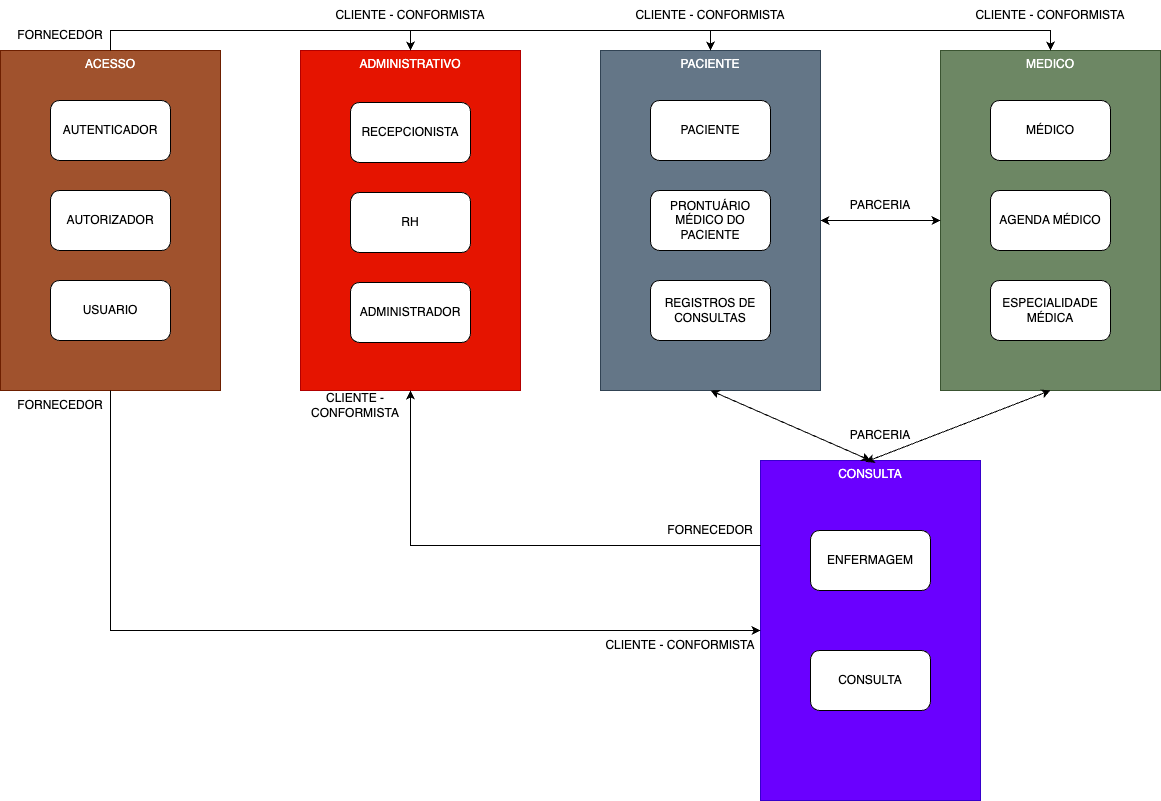
The draw.io diagram documentacao/imagens/mapaContextos.png in fbiopereira/AloDoutor, before a commit. Source tidied: cells renumbered, new cells last; positions are measured from the earlier drawing's top-left corner, leaving out a move shared by most shapes.
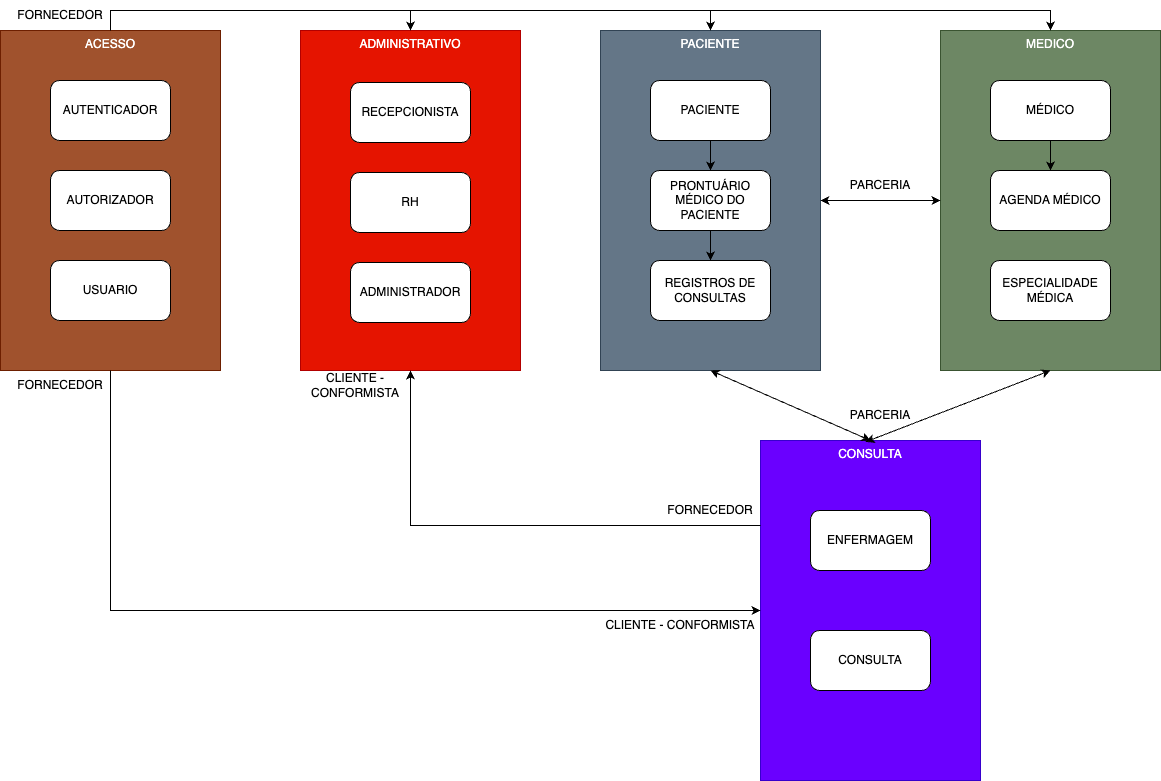
The same file after the commit.

The edit, as a diff of the source:
```diff
@@ -23,105 +23,105 @@
     <mxCell id="8" value="MEDICO" style="rounded=0;whiteSpace=wrap;html=1;verticalAlign=top;fillColor=#6d8764;strokeColor=#3A5431;fontColor=#ffffff;" parent="7" vertex="1">
       <mxGeometry width="220" height="340" as="geometry" />
     </mxCell>
-    <mxCell id="9" value="MÉDICO" style="rounded=1;whiteSpace=wrap;html=1;" parent="7" vertex="1">
-      <mxGeometry x="50" y="50" width="120" height="60" as="geometry" />
+    <mxCell id="9" style="edgeStyle=orthogonalEdgeStyle;rounded=0;jettySize=auto;html=1;exitX=0.5;exitY=1;exitDx=0;exitDy=0;entryX=0.5;entryY=0;entryDx=0;entryDy=0;" parent="7" edge="1" source="10" target="11">
+      <mxGeometry relative="1" as="geometry" />
     </mxCell>
-    <mxCell id="10" value="AGENDA MÉDICO" style="rounded=1;whiteSpace=wrap;html=1;" parent="7" vertex="1">
-      <mxGeometry x="50" y="140" width="120" height="60" as="geometry" />
+    <mxCell id="10" value="MÉDICO" style="rounded=1;whiteSpace=wrap;html=1;" parent="7" vertex="1">
+      <mxGeometry x="50" y="50" width="120" height="60" as="geometry" />
     </mxCell>
-    <mxCell id="11" value="ESPECIALIDADE MÉDICA" style="rounded=1;whiteSpace=wrap;html=1;" parent="7" vertex="1">
-      <mxGeometry x="50" y="230" width="120" height="60" as="geometry" />
+    <mxCell id="11" value="AGENDA MÉDICO" style="rounded=1;whiteSpace=wrap;html=1;" parent="7" vertex="1">
+      <mxGeometry x="50" y="140" width="120" height="60" as="geometry" />
     </mxCell>
-    <mxCell id="12" style="group;" parent="1" vertex="1">
-      <mxGeometry x="600" y="50" width="220" height="340" as="geometry" />
+    <mxCell id="12" value="ESPECIALIDADE MÉDICA" style="rounded=1;whiteSpace=wrap;html=1;" parent="7" vertex="1">
+      <mxGeometry x="50" y="230" width="120" height="60" as="geometry" />
     </mxCell>
-    <mxCell id="13" value="PACIENTE" style="rounded=0;whiteSpace=wrap;html=1;verticalAlign=top;fillColor=#647687;fontColor=#ffffff;strokeColor=#314354;" parent="12" vertex="1">
-      <mxGeometry width="220" height="340" as="geometry" />
+    <mxCell id="13" style="group;" parent="1" vertex="1">
+      <mxGeometry x="600" y="50" width="220" height="340" as="geometry" />
     </mxCell>
-    <mxCell id="14" value="PACIENTE" style="rounded=1;whiteSpace=wrap;html=1;" parent="12" vertex="1">
-      <mxGeometry x="50" y="50" width="120" height="60" as="geometry" />
+    <mxCell id="14" value="PACIENTE" style="rounded=0;whiteSpace=wrap;html=1;verticalAlign=top;fillColor=#647687;fontColor=#ffffff;strokeColor=#314354;" parent="13" vertex="1">
+      <mxGeometry width="220" height="340" as="geometry" />
     </mxCell>
-    <mxCell id="15" value="PRONTUÁRIO MÉDICO DO PACIENTE" style="rounded=1;whiteSpace=wrap;html=1;" parent="12" vertex="1">
-      <mxGeometry x="50" y="140" width="120" height="60" as="geometry" />
+    <mxCell id="15" style="edgeStyle=orthogonalEdgeStyle;rounded=0;jettySize=auto;html=1;exitX=0.5;exitY=1;exitDx=0;exitDy=0;entryX=0.5;entryY=0;entryDx=0;entryDy=0;" parent="13" edge="1" source="16" target="18">
+      <mxGeometry relative="1" as="geometry" />
     </mxCell>
-    <mxCell id="16" value="REGISTROS DE CONSULTAS" style="rounded=1;whiteSpace=wrap;html=1;" parent="12" vertex="1">
-      <mxGeometry x="50" y="230" width="120" height="60" as="geometry" />
+    <mxCell id="16" value="PACIENTE" style="rounded=1;whiteSpace=wrap;html=1;" parent="13" vertex="1">
+      <mxGeometry x="50" y="50" width="120" height="60" as="geometry" />
     </mxCell>
-    <mxCell id="17" style="group;" parent="1" vertex="1">
-      <mxGeometry x="760" y="460" width="220" height="340" as="geometry" />
+    <mxCell id="17" style="edgeStyle=orthogonalEdgeStyle;rounded=0;jettySize=auto;html=1;exitX=0.5;exitY=1;exitDx=0;exitDy=0;entryX=0.5;entryY=0;entryDx=0;entryDy=0;" parent="13" edge="1" source="18" target="19">
+      <mxGeometry relative="1" as="geometry" />
     </mxCell>
-    <mxCell id="18" value="CONSULTA" style="rounded=0;whiteSpace=wrap;html=1;verticalAlign=top;fillColor=#6a00ff;strokeColor=#3700CC;fontColor=#ffffff;" parent="17" vertex="1">
-      <mxGeometry width="220" height="340" as="geometry" />
+    <mxCell id="18" value="PRONTUÁRIO MÉDICO DO PACIENTE" style="rounded=1;whiteSpace=wrap;html=1;" parent="13" vertex="1">
+      <mxGeometry x="50" y="140" width="120" height="60" as="geometry" />
     </mxCell>
-    <mxCell id="19" value="ENFERMAGEM" style="rounded=1;whiteSpace=wrap;html=1;" parent="17" vertex="1">
-      <mxGeometry x="50" y="70" width="120" height="60" as="geometry" />
+    <mxCell id="19" value="REGISTROS DE CONSULTAS" style="rounded=1;whiteSpace=wrap;html=1;" parent="13" vertex="1">
+      <mxGeometry x="50" y="230" width="120" height="60" as="geometry" />
     </mxCell>
-    <mxCell id="20" value="CONSULTA" style="rounded=1;whiteSpace=wrap;html=1;" parent="17" vertex="1">
-      <mxGeometry x="50" y="190" width="120" height="60" as="geometry" />
+    <mxCell id="20" style="group;" parent="1" vertex="1">
+      <mxGeometry x="760" y="460" width="220" height="340" as="geometry" />
     </mxCell>
-    <mxCell id="21" style="group;" parent="1" vertex="1">
-      <mxGeometry y="50" width="220" height="340" as="geometry" />
+    <mxCell id="21" value="CONSULTA" style="rounded=0;whiteSpace=wrap;html=1;verticalAlign=top;fillColor=#6a00ff;strokeColor=#3700CC;fontColor=#ffffff;" parent="20" vertex="1">
+      <mxGeometry width="220" height="340" as="geometry" />
     </mxCell>
-    <mxCell id="22" value="ACESSO" style="rounded=0;whiteSpace=wrap;html=1;verticalAlign=top;fillColor=#a0522d;fontColor=#ffffff;strokeColor=#6D1F00;" parent="21" vertex="1">
-      <mxGeometry width="220" height="340" as="geometry" />
+    <mxCell id="22" value="ENFERMAGEM" style="rounded=1;whiteSpace=wrap;html=1;" parent="20" vertex="1">
+      <mxGeometry x="50" y="70" width="120" height="60" as="geometry" />
     </mxCell>
-    <mxCell id="23" value="AUTENTICADOR" style="rounded=1;whiteSpace=wrap;html=1;" parent="21" vertex="1">
-      <mxGeometry x="50" y="50" width="120" height="60" as="geometry" />
+    <mxCell id="23" value="CONSULTA" style="rounded=1;whiteSpace=wrap;html=1;" parent="20" vertex="1">
+      <mxGeometry x="50" y="190" width="120" height="60" as="geometry" />
     </mxCell>
-    <mxCell id="24" value="AUTORIZADOR" style="rounded=1;whiteSpace=wrap;html=1;" parent="21" vertex="1">
-      <mxGeometry x="50" y="140" width="120" height="60" as="geometry" />
+    <mxCell id="24" style="group;" parent="1" vertex="1">
+      <mxGeometry y="50" width="220" height="340" as="geometry" />
     </mxCell>
-    <mxCell id="25" value="USUARIO" style="rounded=1;whiteSpace=wrap;html=1;" parent="21" vertex="1">
-      <mxGeometry x="50" y="230" width="120" height="60" as="geometry" />
+    <mxCell id="25" value="ACESSO" style="rounded=0;whiteSpace=wrap;html=1;verticalAlign=top;fillColor=#a0522d;fontColor=#ffffff;strokeColor=#6D1F00;" parent="24" vertex="1">
+      <mxGeometry width="220" height="340" as="geometry" />
     </mxCell>
-    <mxCell id="26" style="edgeStyle=orthogonalEdgeStyle;rounded=0;jettySize=auto;html=1;exitX=0.5;exitY=0;exitDx=0;exitDy=0;entryX=0.5;entryY=0;entryDx=0;entryDy=0;" parent="1" edge="1" source="22" target="3">
-      <mxGeometry relative="1" as="geometry" />
+    <mxCell id="26" value="AUTENTICADOR" style="rounded=1;whiteSpace=wrap;html=1;" parent="24" vertex="1">
+      <mxGeometry x="50" y="50" width="120" height="60" as="geometry" />
     </mxCell>
-    <mxCell id="27" style="endArrow=classic;html=1;rounded=0;exitX=0.5;exitY=0;exitDx=0;exitDy=0;entryX=0.5;entryY=0;entryDx=0;entryDy=0;" parent="1" edge="1" source="22" target="8">
-      <mxGeometry relative="1" as="geometry">
-        <Array as="points">
-          <mxPoint x="110" y="30" />
-          <mxPoint x="580" y="30" />
-          <mxPoint x="1050" y="30" />
-        </Array>
-      </mxGeometry>
+    <mxCell id="27" value="AUTORIZADOR" style="rounded=1;whiteSpace=wrap;html=1;" parent="24" vertex="1">
+      <mxGeometry x="50" y="140" width="120" height="60" as="geometry" />
     </mxCell>
-    <mxCell id="28" style="endArrow=classic;html=1;rounded=0;exitX=0.5;exitY=0;exitDx=0;exitDy=0;entryX=0.5;entryY=0;entryDx=0;entryDy=0;" parent="1" edge="1" target="13">
-      <mxGeometry relative="1" as="geometry">
-        <mxPoint x="110" y="30" as="sourcePoint" />
-        <Array as="points">
-          <mxPoint x="710" y="30" />
-        </Array>
-      </mxGeometry>
+    <mxCell id="28" value="USUARIO" style="rounded=1;whiteSpace=wrap;html=1;" parent="24" vertex="1">
+      <mxGeometry x="50" y="230" width="120" height="60" as="geometry" />
     </mxCell>
-    <mxCell id="29" value="FORNECEDOR" style="text;html=1;strokeColor=none;fillColor=none;align=center;verticalAlign=middle;whiteSpace=wrap;rounded=0;" parent="1" vertex="1">
-      <mxGeometry x="30" y="20" width="60" height="30" as="geometry" />
+    <mxCell id="29" style="edgeStyle=orthogonalEdgeStyle;rounded=0;jettySize=auto;html=1;exitX=0.5;exitY=0;exitDx=0;exitDy=0;entryX=0.5;entryY=0;entryDx=0;entryDy=0;" parent="1" edge="1" source="25" target="3">
+      <mxGeometry relative="1" as="geometry" />
     </mxCell>
-    <mxCell id="30" value="CLIENTE - CONFORMISTA" style="text;html=1;strokeColor=none;fillColor=none;align=center;verticalAlign=middle;whiteSpace=wrap;rounded=0;" parent="1" vertex="1">
-      <mxGeometry x="300" width="220" height="30" as="geometry" />
+    <mxCell id="30" style="endArrow=classic;html=1;rounded=0;exitX=0.5;exitY=0;exitDx=0;exitDy=0;entryX=0.5;entryY=0;entryDx=0;entryDy=0;" parent="1" edge="1" source="25" target="8">
+      <mxGeometry relative="1" as="geometry">
+        <Array as="points">
+          <mxPoint x="110" y="30" />
+          <mxPoint x="580" y="30" />
+          <mxPoint x="1050" y="30" />
+        </Array>
+      </mxGeometry>
     </mxCell>
-    <mxCell id="31" value="CLIENTE - CONFORMISTA" style="text;html=1;strokeColor=none;fillColor=none;align=center;verticalAlign=middle;whiteSpace=wrap;rounded=0;" parent="1" vertex="1">
-      <mxGeometry x="600" width="220" height="30" as="geometry" />
+    <mxCell id="31" style="endArrow=classic;html=1;rounded=0;exitX=0.5;exitY=0;exitDx=0;exitDy=0;entryX=0.5;entryY=0;entryDx=0;entryDy=0;" parent="1" edge="1" target="14">
+      <mxGeometry relative="1" as="geometry">
+        <mxPoint x="110" y="30" as="sourcePoint" />
+        <Array as="points">
+          <mxPoint x="710" y="30" />
+        </Array>
+      </mxGeometry>
     </mxCell>
-    <mxCell id="32" value="CLIENTE - CONFORMISTA" style="text;html=1;strokeColor=none;fillColor=none;align=center;verticalAlign=middle;whiteSpace=wrap;rounded=0;" parent="1" vertex="1">
-      <mxGeometry x="940" width="220" height="30" as="geometry" />
+    <mxCell id="32" value="FORNECEDOR" style="text;html=1;strokeColor=none;fillColor=none;align=center;verticalAlign=middle;whiteSpace=wrap;rounded=0;" parent="1" vertex="1">
+      <mxGeometry x="30" y="20" width="60" height="30" as="geometry" />
     </mxCell>
-    <mxCell id="33" style="endArrow=classic;startArrow=classic;html=1;rounded=0;exitX=1;exitY=0.5;exitDx=0;exitDy=0;entryX=0;entryY=0.5;entryDx=0;entryDy=0;" parent="1" edge="1" source="13" target="8">
+    <mxCell id="33" style="endArrow=classic;startArrow=classic;html=1;rounded=0;exitX=1;exitY=0.5;exitDx=0;exitDy=0;entryX=0;entryY=0.5;entryDx=0;entryDy=0;" parent="1" edge="1" source="14" target="8">
       <mxGeometry relative="1" as="geometry" />
     </mxCell>
     <mxCell id="34" value="PARCERIA" style="text;html=1;strokeColor=none;fillColor=none;align=center;verticalAlign=middle;whiteSpace=wrap;rounded=0;" parent="1" vertex="1">
       <mxGeometry x="820" y="190" width="120" height="30" as="geometry" />
     </mxCell>
-    <mxCell id="35" style="endArrow=classic;startArrow=classic;html=1;rounded=0;entryX=0.5;entryY=1;entryDx=0;entryDy=0;exitX=0.5;exitY=0;exitDx=0;exitDy=0;" parent="1" edge="1" source="18" target="13">
+    <mxCell id="35" style="endArrow=classic;startArrow=classic;html=1;rounded=0;entryX=0.5;entryY=1;entryDx=0;entryDy=0;exitX=0.5;exitY=0;exitDx=0;exitDy=0;" parent="1" edge="1" source="21" target="14">
       <mxGeometry relative="1" as="geometry" />
     </mxCell>
-    <mxCell id="36" style="endArrow=classic;startArrow=classic;html=1;rounded=0;entryX=0.5;entryY=1;entryDx=0;entryDy=0;exitX=0.478;exitY=0.004;exitDx=0;exitDy=0;exitPerimeter=0;" parent="1" edge="1" source="18" target="8">
+    <mxCell id="36" style="endArrow=classic;startArrow=classic;html=1;rounded=0;entryX=0.5;entryY=1;entryDx=0;entryDy=0;exitX=0.478;exitY=0.004;exitDx=0;exitDy=0;exitPerimeter=0;" parent="1" edge="1" source="21" target="8">
       <mxGeometry relative="1" as="geometry" />
     </mxCell>
     <mxCell id="37" value="PARCERIA" style="text;html=1;strokeColor=none;fillColor=none;align=center;verticalAlign=middle;whiteSpace=wrap;rounded=0;" parent="1" vertex="1">
       <mxGeometry x="820" y="420" width="120" height="30" as="geometry" />
     </mxCell>
-    <mxCell id="38" style="endArrow=classic;html=1;rounded=0;exitX=0.5;exitY=1;exitDx=0;exitDy=0;entryX=0;entryY=0.5;entryDx=0;entryDy=0;" parent="1" edge="1" source="22" target="18">
+    <mxCell id="38" style="endArrow=classic;html=1;rounded=0;exitX=0.5;exitY=1;exitDx=0;exitDy=0;entryX=0;entryY=0.5;entryDx=0;entryDy=0;" parent="1" edge="1" source="25" target="21">
       <mxGeometry relative="1" as="geometry">
         <Array as="points">
           <mxPoint x="110" y="630" />
@@ -134,7 +134,7 @@
     <mxCell id="40" value="CLIENTE - CONFORMISTA" style="text;html=1;strokeColor=none;fillColor=none;align=center;verticalAlign=middle;whiteSpace=wrap;rounded=0;" parent="1" vertex="1">
       <mxGeometry x="600" y="630" width="160" height="30" as="geometry" />
     </mxCell>
-    <mxCell id="41" style="endArrow=classic;html=1;rounded=0;exitX=0;exitY=0.25;exitDx=0;exitDy=0;entryX=0.5;entryY=1;entryDx=0;entryDy=0;" parent="1" edge="1" source="18" target="3">
+    <mxCell id="41" style="endArrow=classic;html=1;rounded=0;exitX=0;exitY=0.25;exitDx=0;exitDy=0;entryX=0.5;entryY=1;entryDx=0;entryDy=0;" parent="1" edge="1" source="21" target="3">
       <mxGeometry relative="1" as="geometry">
         <Array as="points">
           <mxPoint x="410" y="545" />
```
